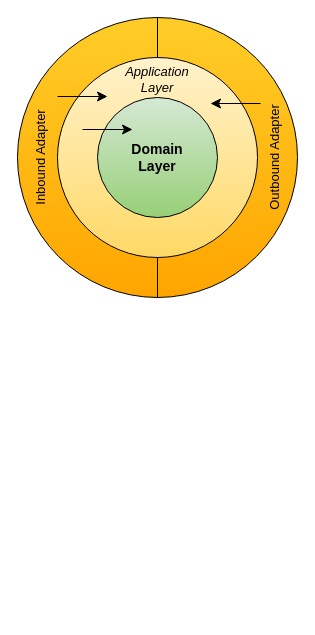
Before: diagram.drawio in microrust/microrust, a draw.io diagram. Source tidied: cells renumbered, new cells numbered last; positions are measured from the earlier drawing's top-left corner, leaving out a move shared by most shapes. Both pictures are drawn from the tidied source at 100%, with x=0, y=0 at pixel (17, 17).
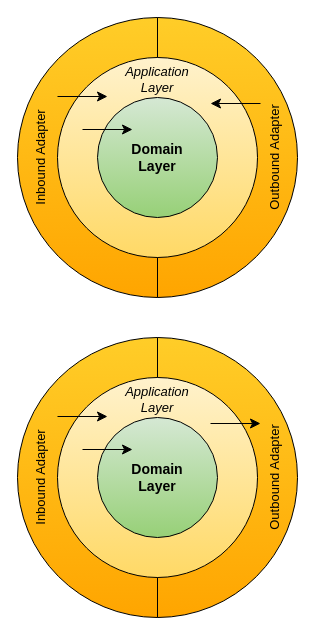
Above is the later version.

Diff of the diagram source:
```diff
@@
 <mxGraphModel>
   <root>
     <mxCell id="0" />
     <mxCell id="1" parent="0" />
     <mxCell id="2" value="Inbound Adapter&lt;br&gt;&lt;br&gt;&lt;br&gt;&lt;br&gt;&lt;br&gt;&lt;br&gt;&lt;br&gt;&lt;br&gt;&lt;br&gt;&lt;br&gt;&lt;br&gt;&lt;br&gt;&lt;br&gt;&lt;br&gt;&lt;br&gt;Outbound Adapter" style="shape=lineEllipse;line=vertical;perimeter=ellipsePerimeter;whiteSpace=wrap;html=1;backgroundOutline=1;fillColor=#ffcd28;strokeColor=#000000;horizontal=0;spacing=2;convertToSvg=1;svgWhiteSpace=wrap;gradientColor=#ffa500;fontSize=13;" parent="1" vertex="1">
       <mxGeometry width="280" height="280" as="geometry" />
     </mxCell>
     <mxCell id="3" value="Application&lt;br&gt;Layer" style="ellipse;whiteSpace=wrap;html=1;fillColor=#fff2cc;strokeColor=#000000;verticalAlign=top;fontStyle=2;convertToSvg=1;svgWhiteSpace=wrap;gradientColor=#ffd966;fontSize=13;" parent="1" vertex="1">
       <mxGeometry x="40" y="40" width="200" height="200" as="geometry" />
     </mxCell>
     <mxCell id="4" value="Domain&lt;br&gt;Layer" style="ellipse;whiteSpace=wrap;html=1;fillColor=#d5e8d4;strokeColor=#000000;fontStyle=1;convertToSvg=1;svgWhiteSpace=wrap;gradientColor=#97d077;fontSize=14;" parent="1" vertex="1">
       <mxGeometry x="80" y="80" width="120" height="120" as="geometry" />
     </mxCell>
     <mxCell id="5" style="edgeStyle=segmentEdgeStyle;endArrow=classic;html=1;curved=0;rounded=0;endSize=8;startSize=8;" parent="1" edge="1">
       <mxGeometry relative="1" as="geometry">
         <mxPoint x="65" y="112" as="sourcePoint" />
         <mxPoint x="115" y="112" as="targetPoint" />
       </mxGeometry>
     </mxCell>
     <mxCell id="6" style="edgeStyle=segmentEdgeStyle;endArrow=classic;html=1;curved=0;rounded=0;endSize=8;startSize=8;" parent="1" edge="1">
       <mxGeometry relative="1" as="geometry">
         <mxPoint x="243" y="86" as="sourcePoint" />
         <mxPoint x="193" y="86" as="targetPoint" />
       </mxGeometry>
     </mxCell>
     <mxCell id="7" style="edgeStyle=segmentEdgeStyle;endArrow=classic;html=1;curved=0;rounded=0;endSize=8;startSize=8;convertToSvg=0;strokeWidth=1;" parent="1" edge="1">
       <mxGeometry relative="1" as="geometry">
         <mxPoint x="40" y="79" as="sourcePoint" />
         <mxPoint x="90" y="79" as="targetPoint" />
       </mxGeometry>
     </mxCell>
+    <mxCell id="8" value="Inbound Adapter&lt;br&gt;&lt;br&gt;&lt;br&gt;&lt;br&gt;&lt;br&gt;&lt;br&gt;&lt;br&gt;&lt;br&gt;&lt;br&gt;&lt;br&gt;&lt;br&gt;&lt;br&gt;&lt;br&gt;&lt;br&gt;&lt;br&gt;Outbound Adapter" style="shape=lineEllipse;line=vertical;perimeter=ellipsePerimeter;whiteSpace=wrap;html=1;backgroundOutline=1;fillColor=#ffcd28;strokeColor=#000000;horizontal=0;spacing=2;convertToSvg=1;svgWhiteSpace=wrap;gradientColor=#ffa500;fontSize=13;" parent="1" vertex="1">
+      <mxGeometry y="320" width="280" height="280" as="geometry" />
+    </mxCell>
+    <mxCell id="9" value="Application&lt;br&gt;Layer" style="ellipse;whiteSpace=wrap;html=1;fillColor=#fff2cc;strokeColor=#000000;verticalAlign=top;fontStyle=2;convertToSvg=1;svgWhiteSpace=wrap;gradientColor=#ffd966;fontSize=13;" parent="1" vertex="1">
+      <mxGeometry x="40" y="360" width="200" height="200" as="geometry" />
+    </mxCell>
+    <mxCell id="10" value="Domain&lt;br&gt;Layer" style="ellipse;whiteSpace=wrap;html=1;fillColor=#d5e8d4;strokeColor=#000000;fontStyle=1;convertToSvg=1;svgWhiteSpace=wrap;gradientColor=#97d077;fontSize=14;" parent="1" vertex="1">
+      <mxGeometry x="80" y="400" width="120" height="120" as="geometry" />
+    </mxCell>
+    <mxCell id="11" style="edgeStyle=segmentEdgeStyle;endArrow=classic;html=1;curved=0;rounded=0;endSize=8;startSize=8;" parent="1" edge="1">
+      <mxGeometry relative="1" as="geometry">
+        <mxPoint x="65" y="432" as="sourcePoint" />
+        <mxPoint x="115" y="432" as="targetPoint" />
+      </mxGeometry>
+    </mxCell>
+    <mxCell id="12" style="edgeStyle=segmentEdgeStyle;endArrow=classic;html=1;curved=0;rounded=0;endSize=8;startSize=8;" parent="1" edge="1">
+      <mxGeometry relative="1" as="geometry">
+        <mxPoint x="193" y="406" as="sourcePoint" />
+        <mxPoint x="243" y="406" as="targetPoint" />
+      </mxGeometry>
+    </mxCell>
+    <mxCell id="13" style="edgeStyle=segmentEdgeStyle;endArrow=classic;html=1;curved=0;rounded=0;endSize=8;startSize=8;convertToSvg=0;strokeWidth=1;" parent="1" edge="1">
+      <mxGeometry relative="1" as="geometry">
+        <mxPoint x="40" y="399" as="sourcePoint" />
+        <mxPoint x="90" y="399" as="targetPoint" />
+      </mxGeometry>
+    </mxCell>
   </root>
 </mxGraphModel>
```
